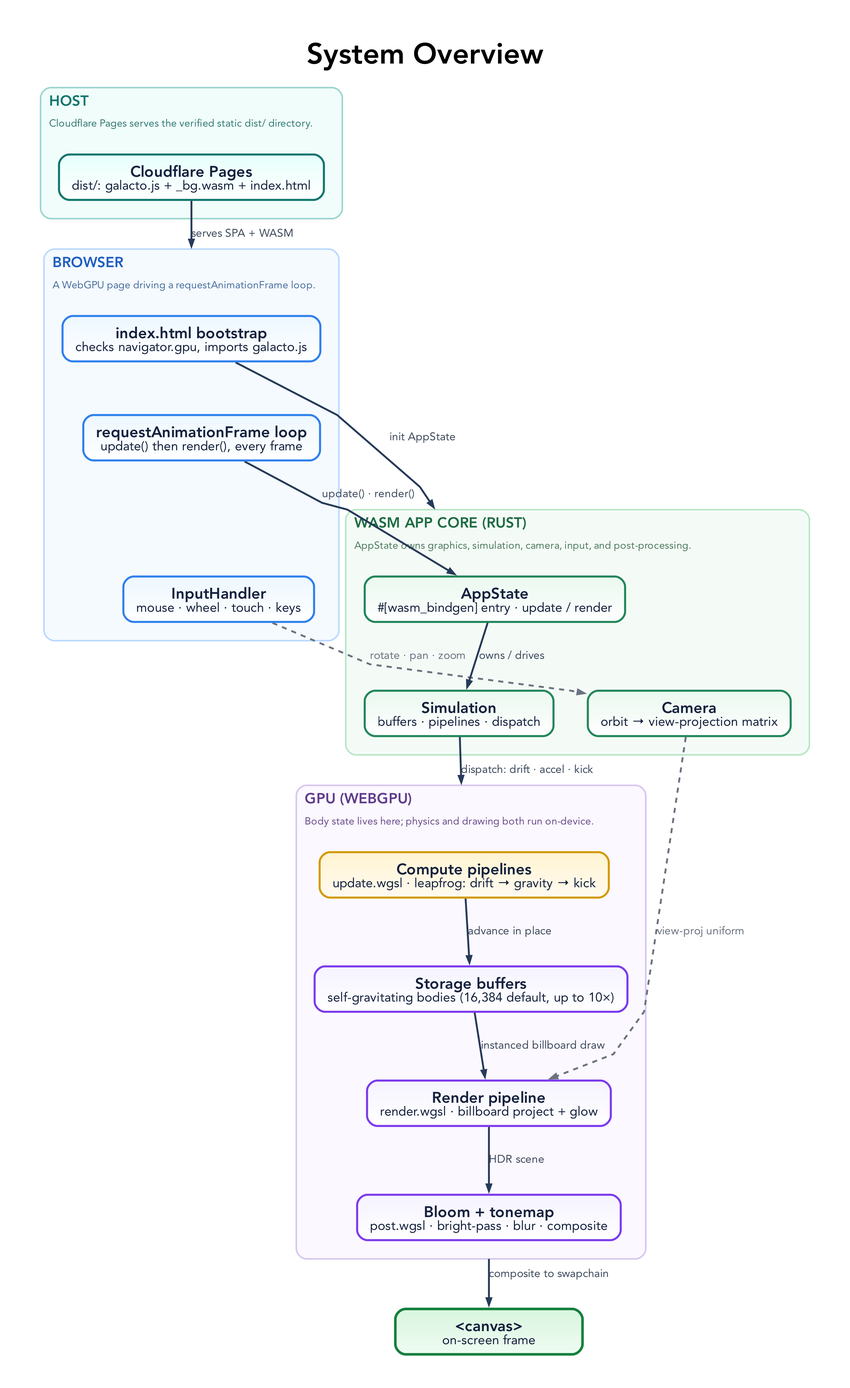
Earlier version of the Graphviz export docs/diagrams/system-overview.png (tre-systems/galacto). Its source is kept beside it as docs/diagrams/system-overview.dot.
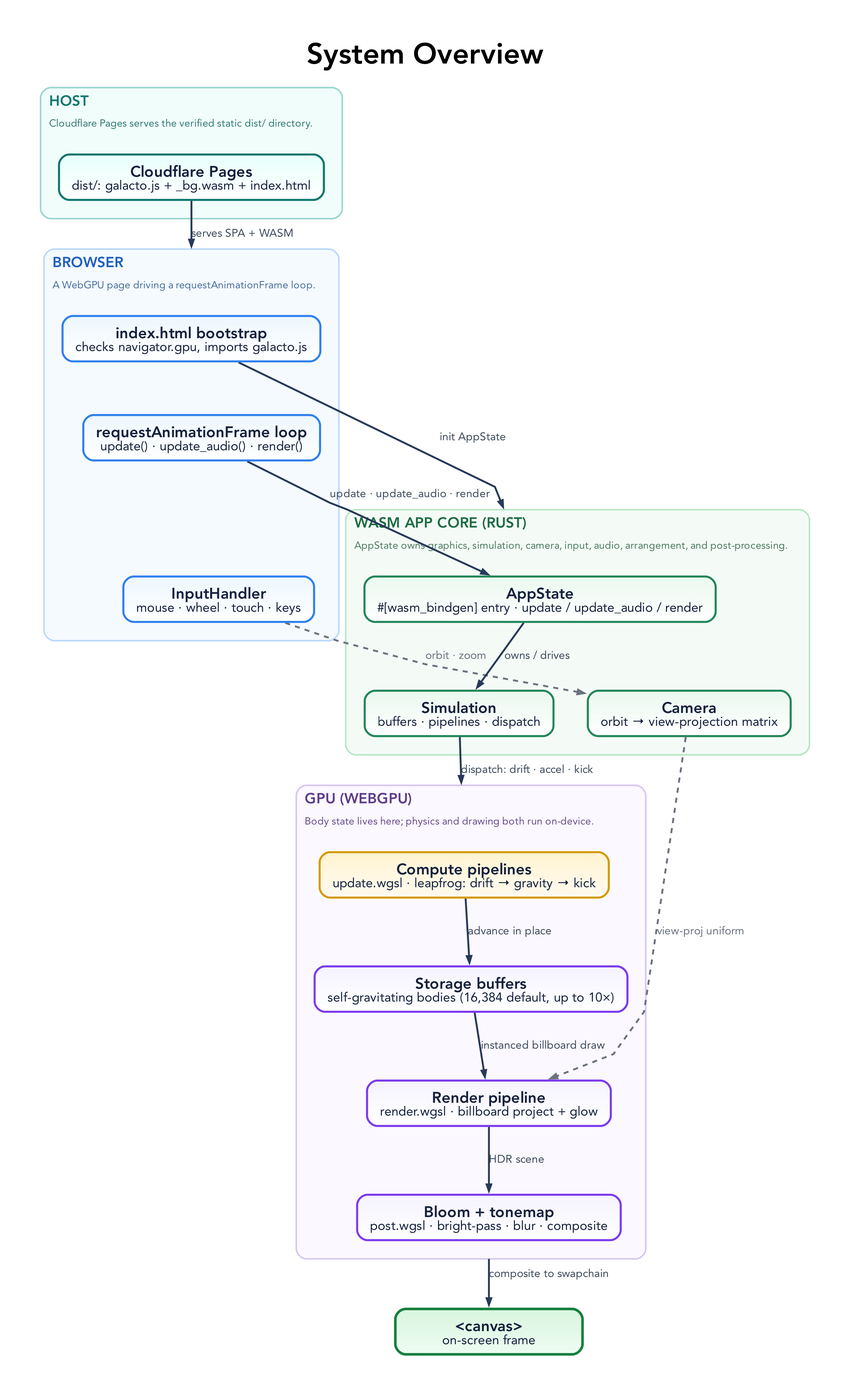
The same file after the commit.

Change to the diagram source:
```diff
@@ -71,7 +71,7 @@
       color="#b9d8ff", fillcolor="#f5faff", style="rounded,filled", penwidth=1.8, margin=22
     ];
     B1 [label=<<B>index.html bootstrap</B><BR/><FONT POINT-SIZE="15">checks navigator.gpu, imports galacto.js</FONT>>, fillcolor="#edf7ff:#ffffff", color="#2f80ed"];
-    B2 [label=<<B>requestAnimationFrame loop</B><BR/><FONT POINT-SIZE="15">update() then render(), every frame</FONT>>, fillcolor="#edf7ff:#ffffff", color="#2f80ed"];
+    B2 [label=<<B>requestAnimationFrame loop</B><BR/><FONT POINT-SIZE="15">update() · update_audio() · render()</FONT>>, fillcolor="#edf7ff:#ffffff", color="#2f80ed"];
     B3 [label=<<B>InputHandler</B><BR/><FONT POINT-SIZE="15">mouse · wheel · touch · keys</FONT>>, fillcolor="#edf7ff:#ffffff", color="#2f80ed"];
     B1 -> B2 [style=invis];
     B2 -> B3 [style=invis];
@@ -82,13 +82,13 @@
       label=<
         <TABLE BORDER="0" CELLBORDER="0" CELLSPACING="0" CELLPADDING="2">
           <TR><TD ALIGN="LEFT"><FONT POINT-SIZE="17" COLOR="#1e6b43"><B>WASM APP CORE (RUST)</B></FONT></TD></TR>
-          <TR><TD ALIGN="LEFT"><FONT POINT-SIZE="12" COLOR="#4e7a61">AppState owns graphics, simulation, camera, input, and post-processing.</FONT></TD></TR>
+          <TR><TD ALIGN="LEFT"><FONT POINT-SIZE="12" COLOR="#4e7a61">AppState owns graphics, simulation, camera, input, audio, arrangement, and post-processing.</FONT></TD></TR>
         </TABLE>
       >,
       labelloc=t, labeljust=l,
       color="#b8e5c8", fillcolor="#f4fbf6", style="rounded,filled", penwidth=1.8, margin=22
     ];
-    C1 [label=<<B>AppState</B><BR/><FONT POINT-SIZE="15">#[wasm_bindgen] entry · update / render</FONT>>, fillcolor="#eaf8ef:#ffffff", color="#22865a"];
+    C1 [label=<<B>AppState</B><BR/><FONT POINT-SIZE="15">#[wasm_bindgen] entry · update / update_audio / render</FONT>>, fillcolor="#eaf8ef:#ffffff", color="#22865a"];
     C2 [label=<<B>Camera</B><BR/><FONT POINT-SIZE="15">orbit → view-projection matrix</FONT>>, fillcolor="#eaf8ef:#ffffff", color="#22865a"];
     C3 [label=<<B>Simulation</B><BR/><FONT POINT-SIZE="15">buffers · pipelines · dispatch</FONT>>, fillcolor="#eaf8ef:#ffffff", color="#22865a"];
     C1 -> C2 [style=invis];
@@ -116,8 +116,8 @@
   H1 -> B1 [lhead=cluster_browser, label="serves SPA + WASM"];
 
   B1 -> C1 [lhead=cluster_core, label="init AppState"];
-  B2 -> C1 [label="update() · render()"];
-  B3 -> C2 [label="rotate · pan · zoom", color="#6b7280", fontcolor="#6b7280", style=dashed];
+  B2 -> C1 [label="update · update_audio · render"];
+  B3 -> C2 [label="orbit · zoom", color="#6b7280", fontcolor="#6b7280", style=dashed];
 
   C1 -> C3 [label="owns / drives"];
   C3 -> G1 [lhead=cluster_gpu, label="dispatch: drift · accel · kick"];
```
